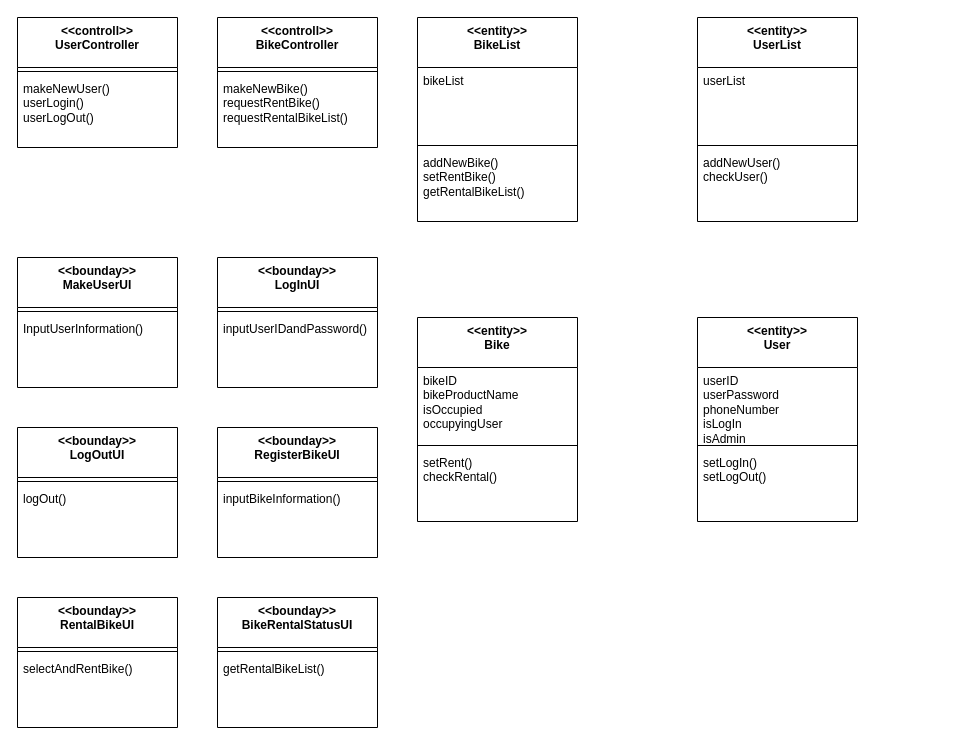
Above: Analysis_Class_Diagram.drawio in brian70304/SE_Project2 (draw.io), before the change. Source tidied: cells renumbered, new cells numbered last; positions are measured from the earlier drawing's top-left corner, leaving out a move shared by most shapes. Both pictures are drawn from the tidied source at 100%, with x=0, y=0 at pixel (17, 17).
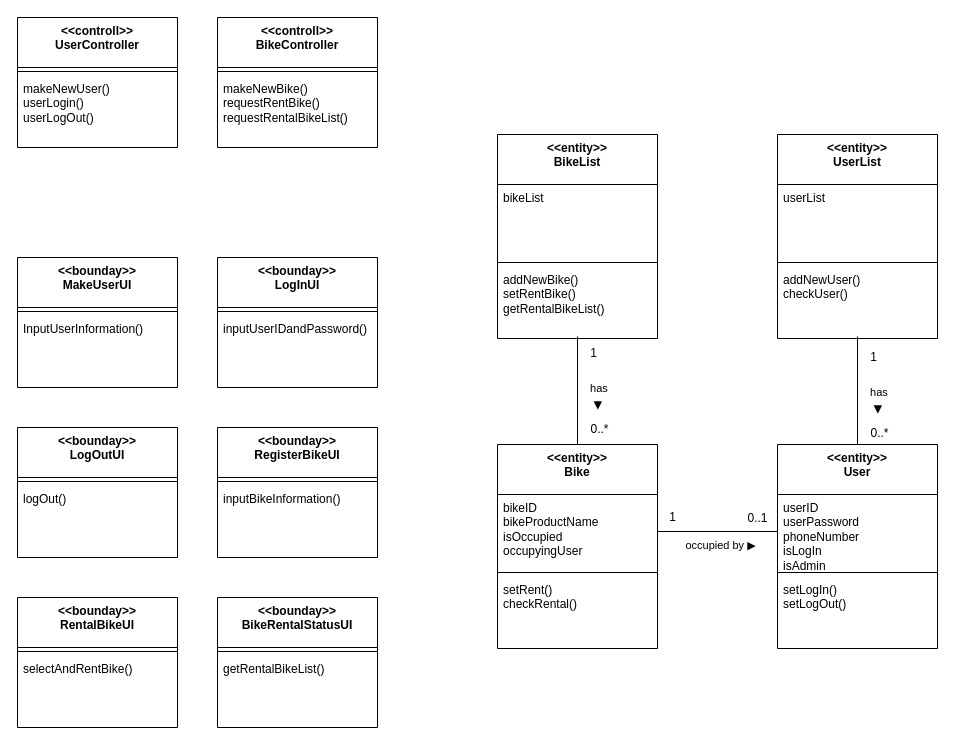
After the change.

The change refers to these unchanged cells:
```xml
<mxCell id="27" value="userID&lt;div&gt;userPassword&lt;/div&gt;&lt;div&gt;phoneNumber&lt;/div&gt;&lt;div&gt;isLogIn&lt;/div&gt;&lt;div&gt;isAdmin&lt;/div&gt;" style="text;strokeColor=none;fillColor=none;align=left;verticalAlign=top;spacingLeft=4;spacingRight=4;overflow=hidden;points=[[0,0.5],[1,0.5]];portConstraint=eastwest;whiteSpace=wrap;html=1;" parent="26" vertex="1">
  <mxGeometry y="50" width="160" height="74" as="geometry" />
</mxCell>
<mxCell id="31" value="bikeID&lt;div&gt;bikeProductName&lt;/div&gt;&lt;div&gt;isOccupied&lt;/div&gt;&lt;div&gt;occupyingUser&lt;/div&gt;" style="text;strokeColor=none;fillColor=none;align=left;verticalAlign=top;spacingLeft=4;spacingRight=4;overflow=hidden;points=[[0,0.5],[1,0.5]];portConstraint=eastwest;whiteSpace=wrap;html=1;" parent="30" vertex="1">
  <mxGeometry y="50" width="160" height="74" as="geometry" />
</mxCell>
<mxCell id="37" value="addNewBike()&lt;div&gt;setRentBike()&lt;/div&gt;&lt;div&gt;getRentalBikeList()&lt;/div&gt;" style="text;strokeColor=none;fillColor=none;align=left;verticalAlign=top;spacingLeft=4;spacingRight=4;overflow=hidden;points=[[0,0.5],[1,0.5]];portConstraint=eastwest;whiteSpace=wrap;html=1;" parent="34" vertex="1">
  <mxGeometry y="132" width="160" height="72" as="geometry" />
</mxCell>
```

What changed in the source:
```diff
@@
     <mxCell id="26" value="&amp;lt;&amp;lt;entity&amp;gt;&amp;gt;&lt;div&gt;&lt;div&gt;&lt;div&gt;User&lt;/div&gt;&lt;/div&gt;&lt;/div&gt;" style="swimlane;fontStyle=1;align=center;verticalAlign=top;horizontal=1;startSize=50;whiteSpace=wrap;html=1;" parent="1" vertex="1">
-      <mxGeometry x="680" y="300" width="160" height="204" as="geometry" />
+      <mxGeometry x="760" y="427" width="160" height="204" as="geometry" />
     </mxCell>
@@
     <mxCell id="30" value="&amp;lt;&amp;lt;entity&amp;gt;&amp;gt;&lt;div&gt;&lt;div&gt;&lt;div&gt;Bike&lt;/div&gt;&lt;/div&gt;&lt;/div&gt;" style="swimlane;fontStyle=1;align=center;verticalAlign=top;horizontal=1;startSize=50;whiteSpace=wrap;html=1;" parent="1" vertex="1">
-      <mxGeometry x="400" y="300" width="160" height="204" as="geometry" />
+      <mxGeometry x="480" y="427" width="160" height="204" as="geometry" />
     </mxCell>
@@
     <mxCell id="34" value="&amp;lt;&amp;lt;entity&amp;gt;&amp;gt;&lt;div&gt;&lt;div&gt;&lt;div&gt;BikeList&lt;/div&gt;&lt;/div&gt;&lt;/div&gt;" style="swimlane;fontStyle=1;align=center;verticalAlign=top;horizontal=1;startSize=50;whiteSpace=wrap;html=1;" parent="1" vertex="1">
-      <mxGeometry x="400" width="160" height="204" as="geometry" />
+      <mxGeometry x="480" y="117" width="160" height="204" as="geometry" />
     </mxCell>
@@
     <mxCell id="38" value="&amp;lt;&amp;lt;entity&amp;gt;&amp;gt;&lt;div&gt;&lt;div&gt;&lt;div&gt;UserList&lt;/div&gt;&lt;/div&gt;&lt;/div&gt;" style="swimlane;fontStyle=1;align=center;verticalAlign=top;horizontal=1;startSize=50;whiteSpace=wrap;html=1;" parent="1" vertex="1">
-      <mxGeometry x="680" width="160" height="204" as="geometry" />
+      <mxGeometry x="760" y="117" width="160" height="204" as="geometry" />
     </mxCell>
@@
+    <mxCell id="42" style="endArrow=none;html=1;rounded=0;exitX=1;exitY=0.5;exitDx=0;exitDy=0;entryX=0;entryY=0.5;entryDx=0;entryDy=0;" parent="1" edge="1" source="31" target="27">
+      <mxGeometry relative="1" as="geometry" />
+    </mxCell>
+    <mxCell id="43" value="occupied by ▶︎" style="edgeLabel;html=1;align=center;verticalAlign=middle;" parent="42" vertex="1">
+      <mxGeometry x="0.03" y="-2" relative="1" as="geometry">
+        <mxPoint y="11" as="offset" />
+      </mxGeometry>
+    </mxCell>
+    <mxCell id="44" value="1" style="text;html=1;align=center;verticalAlign=middle;strokeColor=none;fillColor=none;" parent="1" vertex="1">
+      <mxGeometry x="640" y="485" width="30" height="30" as="geometry" />
+    </mxCell>
+    <mxCell id="45" value="0..1" style="text;html=1;align=center;verticalAlign=middle;strokeColor=none;fillColor=none;" parent="1" vertex="1">
+      <mxGeometry x="720" y="486" width="40" height="30" as="geometry" />
+    </mxCell>
+    <mxCell id="46" style="endArrow=none;html=1;rounded=0;exitX=0.5;exitY=0;exitDx=0;exitDy=0;entryX=0.5;entryY=0.972;entryDx=0;entryDy=0;entryPerimeter=0;" parent="1" edge="1" source="30" target="37">
+      <mxGeometry relative="1" as="geometry" />
+    </mxCell>
+    <mxCell id="47" value="has&amp;nbsp;&lt;div&gt;&lt;br&gt;&lt;/div&gt;" style="edgeLabel;html=1;align=center;verticalAlign=middle;" parent="1" vertex="1">
+      <mxGeometry x="582" y="377" as="geometry" />
+    </mxCell>
+    <mxCell id="48" value="▶︎&lt;br&gt;&lt;div&gt;&lt;br&gt;&lt;/div&gt;" style="edgeLabel;html=1;align=center;verticalAlign=middle;rotation=90;" parent="1" vertex="1">
+      <mxGeometry x="576" y="387" as="geometry" />
+    </mxCell>
+    <mxCell id="49" value="1" style="text;html=1;align=center;verticalAlign=middle;strokeColor=none;fillColor=none;" parent="1" vertex="1">
+      <mxGeometry x="561" y="321" width="30" height="30" as="geometry" />
+    </mxCell>
+    <mxCell id="50" value="0..*" style="text;html=1;align=center;verticalAlign=middle;strokeColor=none;fillColor=none;" parent="1" vertex="1">
+      <mxGeometry x="562" y="397" width="40" height="30" as="geometry" />
+    </mxCell>
+    <mxCell id="51" style="endArrow=none;html=1;rounded=0;exitX=0.5;exitY=0;exitDx=0;exitDy=0;entryX=0.5;entryY=0.972;entryDx=0;entryDy=0;entryPerimeter=0;" parent="1" edge="1">
+      <mxGeometry relative="1" as="geometry">
+        <mxPoint x="840" y="427" as="sourcePoint" />
+        <mxPoint x="840" y="319" as="targetPoint" />
+      </mxGeometry>
+    </mxCell>
+    <mxCell id="52" value="has&amp;nbsp;&lt;div&gt;&lt;br&gt;&lt;/div&gt;" style="edgeLabel;html=1;align=center;verticalAlign=middle;" parent="1" vertex="1">
+      <mxGeometry x="862" y="381" as="geometry" />
+    </mxCell>
+    <mxCell id="53" value="▶︎&lt;br&gt;&lt;div&gt;&lt;br&gt;&lt;/div&gt;" style="edgeLabel;html=1;align=center;verticalAlign=middle;rotation=90;" parent="1" vertex="1">
+      <mxGeometry x="856" y="391" as="geometry" />
+    </mxCell>
+    <mxCell id="54" value="1" style="text;html=1;align=center;verticalAlign=middle;strokeColor=none;fillColor=none;" parent="1" vertex="1">
+      <mxGeometry x="841" y="325" width="30" height="30" as="geometry" />
+    </mxCell>
+    <mxCell id="55" value="0..*" style="text;html=1;align=center;verticalAlign=middle;strokeColor=none;fillColor=none;" parent="1" vertex="1">
+      <mxGeometry x="842" y="401" width="40" height="30" as="geometry" />
+    </mxCell>
```
